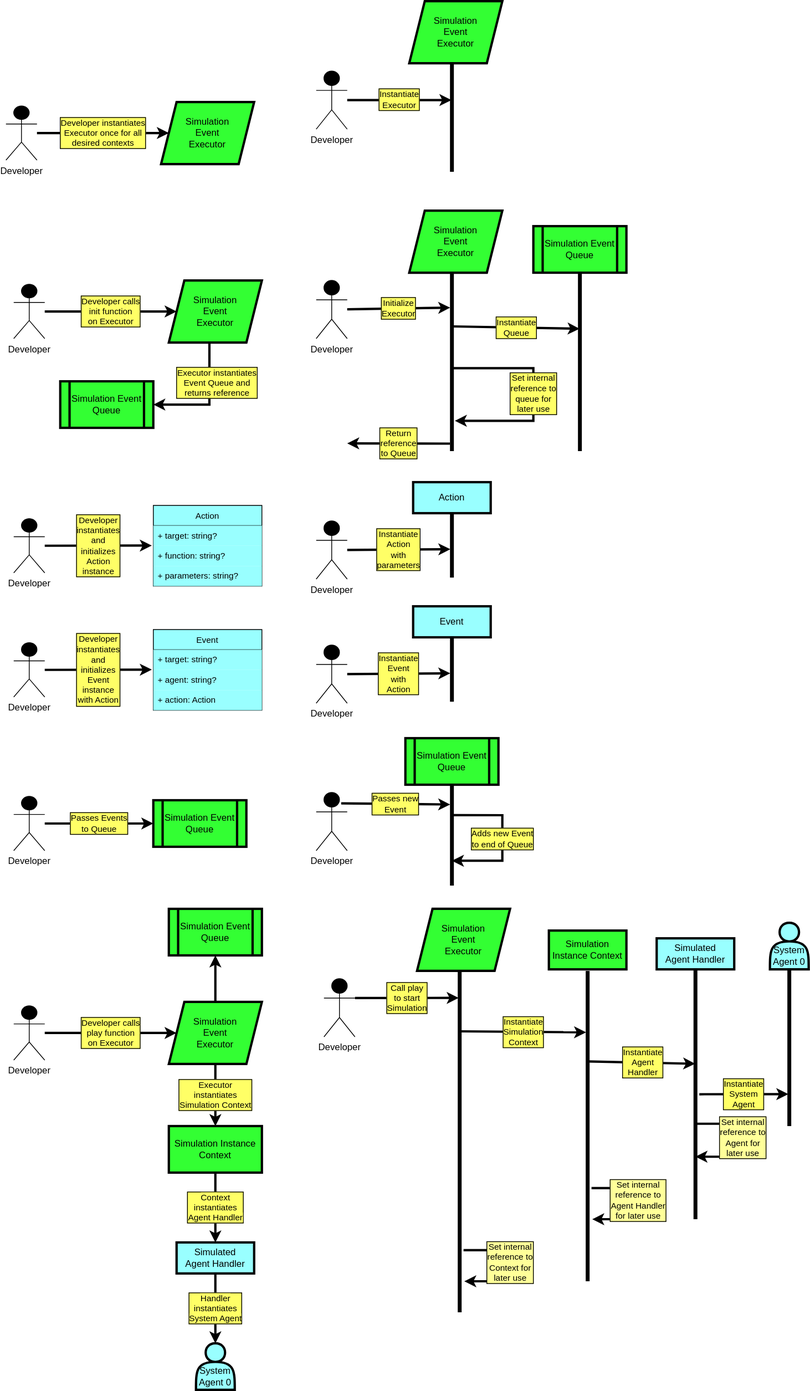
Above: images/projects/defi_sim/architecture/defi_sim-architecture-01-initialization-01.drawio.svg in syscoin/daosys (draw.io), before the change. Source tidied: cells renumbered, new cells last; positions are measured from the earlier drawing's top-left corner, leaving out a move shared by most shapes.
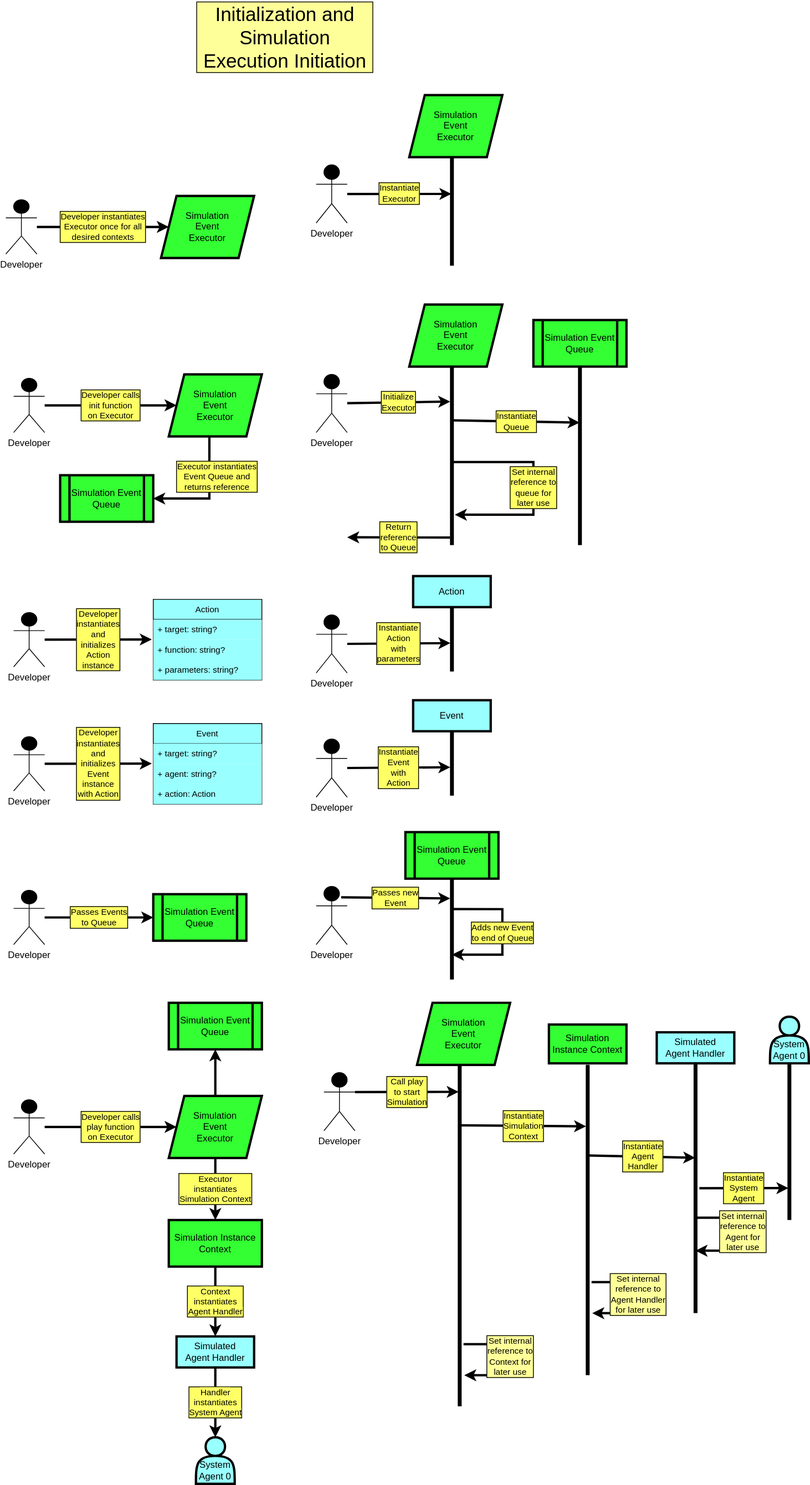
After the change.

Commit message:
Add title the DefiSim initialization diagram

Change to the diagram source:
```diff
@@ -277,5 +277,8 @@
     <mxCell id="80" value="Event" style="rounded=0;whiteSpace=wrap;html=1;fillColor=#99FFFF;strokeColor=#000000;strokeWidth=3;fontColor=#000000;rotation=0;" parent="1" vertex="1">
       <mxGeometry x="525" y="780" width="100" height="40" as="geometry" />
     </mxCell>
+    <mxCell id="81" value="&lt;font style=&quot;font-size: 25px&quot;&gt;Initialization and Simulation Execution Initiation&lt;/font&gt;" style="text;html=1;strokeColor=none;fillColor=none;align=center;verticalAlign=middle;whiteSpace=wrap;rounded=0;labelBackgroundColor=#FFFF99;labelBorderColor=#000000;fontFamily=Helvetica;fontSize=11;fontColor=#000000;" parent="1" vertex="1">
+      <mxGeometry x="245" y="-120" width="230" height="90" as="geometry" />
+    </mxCell>
   </root>
 </mxGraphModel>
```
